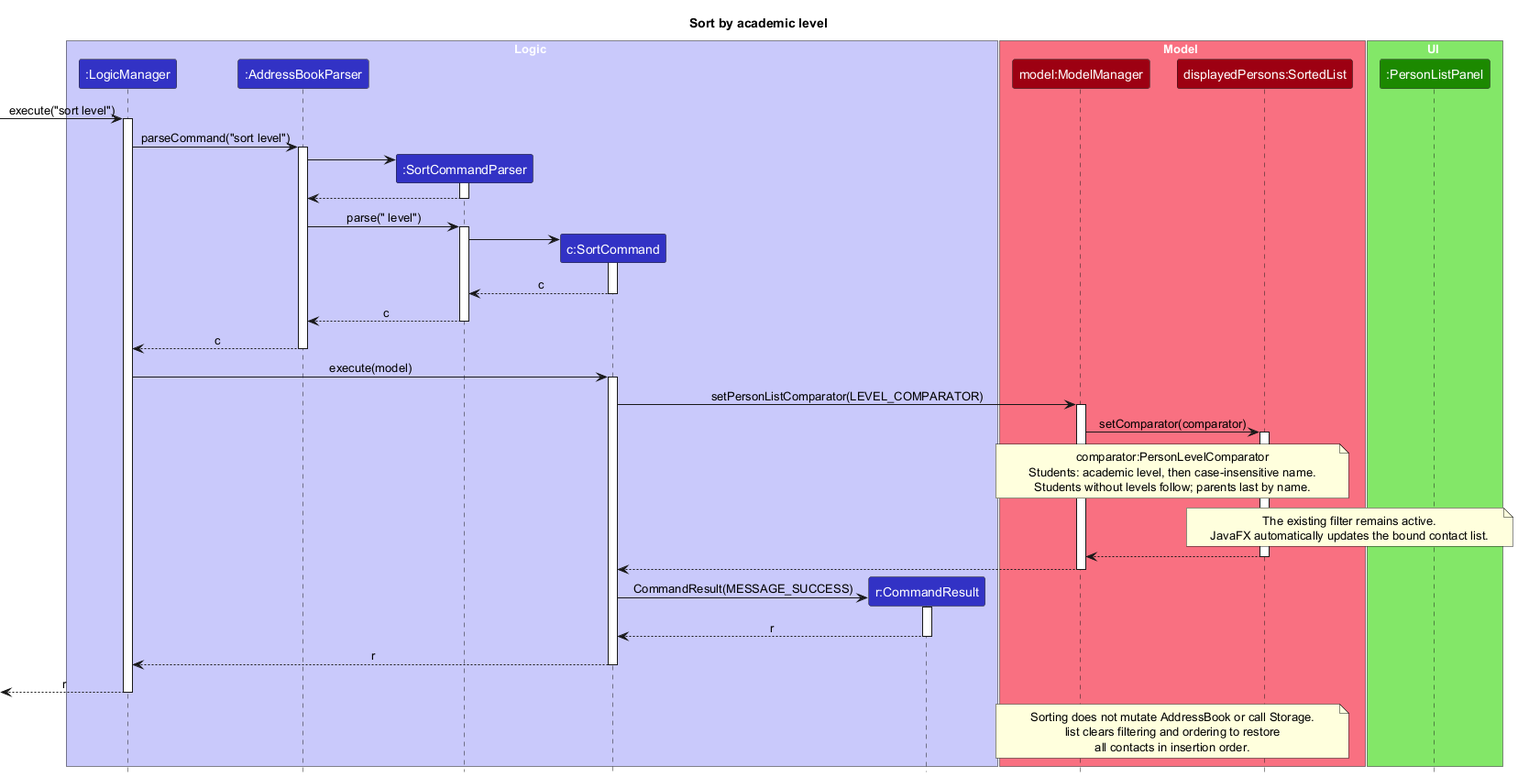
Earlier version of the PlantUML export docs/images/SortByLevelSequenceDiagram.png (AY2627S1-CS2103T-T17-1/tp).
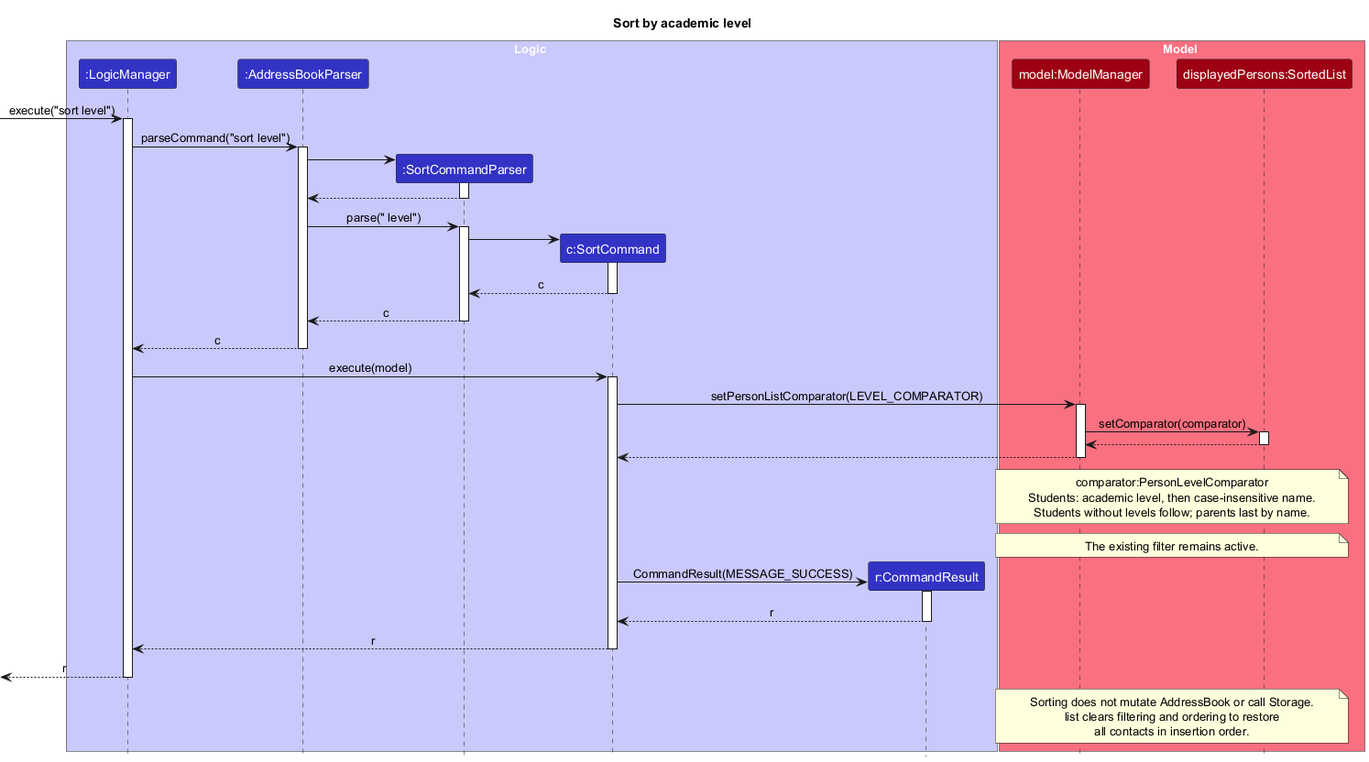
After the commit.

The edit, as a diff of the source:
```diff
@@ -16,10 +16,6 @@
 box Model MODEL_COLOR_T1
 participant "model:ModelManager" as ModelManager MODEL_COLOR
 participant "displayedPersons:SortedList" as SortedList MODEL_COLOR
-end box
-
-box UI UI_COLOR_T1
-participant ":PersonListPanel" as PersonListPanel UI_COLOR
 end box
 
 [-> LogicManager : execute("sort level")
@@ -55,21 +51,20 @@
 ModelManager -> SortedList : setComparator(comparator)
 activate SortedList
 
+SortedList --> ModelManager
+deactivate SortedList
+ModelManager --> SortCommand
+deactivate ModelManager
+
 note over ModelManager, SortedList
 comparator:PersonLevelComparator
 Students: academic level, then case-insensitive name.
 Students without levels follow; parents last by name.
 end note
 
-note over SortedList, PersonListPanel
+note over ModelManager, SortedList
 The existing filter remains active.
-JavaFX automatically updates the bound contact list.
 end note
-
-SortedList --> ModelManager
-deactivate SortedList
-ModelManager --> SortCommand
-deactivate ModelManager
 
 create CommandResult
 SortCommand -> CommandResult : CommandResult(MESSAGE_SUCCESS)
```
